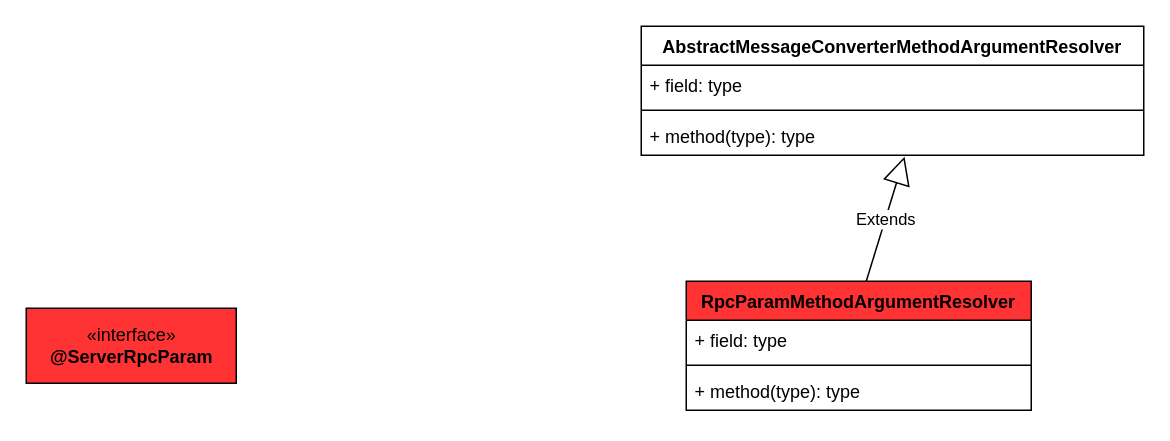
This is page "rpc-server-common" (3 of 3) of mq/rpc.drawio from tadsimons/draw, a draw.io file, before an edit. Source tidied: cells renumbered, new cells numbered last; positions are measured from the earlier drawing's top-left corner, leaving out a move shared by most shapes. Both pictures are drawn from the tidied source at 150%, with x=0, y=0 at pixel (26, 26).
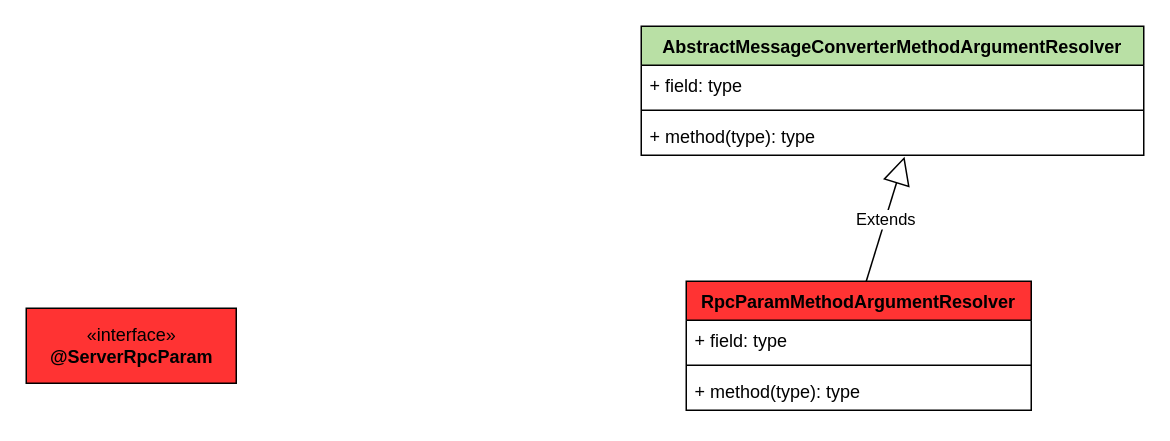
After the change.

The edit, as a diff of the source:
```diff
@@
 <mxGraphModel>
   <root>
     <mxCell id="0" />
     <mxCell id="1" parent="0" />
     <mxCell id="2" value="RpcParamMethodArgumentResolver" style="swimlane;fontStyle=1;align=center;verticalAlign=top;horizontal=1;startSize=26;fillColor=#FF3333;" parent="1" vertex="1">
       <mxGeometry x="440" y="170" width="230" height="86" as="geometry" />
     </mxCell>
     <mxCell id="3" value="Extends" style="endArrow=block;endSize=16;endFill=0;html=1;entryX=0.524;entryY=1.038;entryDx=0;entryDy=0;entryPerimeter=0;" parent="2" edge="1" target="10">
       <mxGeometry relative="1" as="geometry">
         <mxPoint x="120" as="sourcePoint" />
       </mxGeometry>
     </mxCell>
     <mxCell id="4" value="+ field: type" style="text;strokeColor=none;fillColor=none;align=left;verticalAlign=top;spacingLeft=4;spacingRight=4;overflow=hidden;" parent="2" vertex="1">
       <mxGeometry y="26" width="230" height="26" as="geometry" />
     </mxCell>
     <mxCell id="5" style="line;strokeWidth=1;fillColor=none;align=left;verticalAlign=middle;spacingTop=-1;spacingLeft=3;spacingRight=3;labelPosition=right;" parent="2" vertex="1">
       <mxGeometry y="52" width="230" height="8" as="geometry" />
     </mxCell>
     <mxCell id="6" value="+ method(type): type" style="text;strokeColor=none;fillColor=none;align=left;verticalAlign=top;spacingLeft=4;spacingRight=4;overflow=hidden;" parent="2" vertex="1">
       <mxGeometry y="60" width="230" height="26" as="geometry" />
     </mxCell>
-    <mxCell id="7" value="AbstractMessageConverterMethodArgumentResolver" style="swimlane;fontStyle=1;align=center;verticalAlign=top;horizontal=1;startSize=26;fillColor=#FFFFFF;" parent="1" vertex="1">
+    <mxCell id="7" value="AbstractMessageConverterMethodArgumentResolver" style="swimlane;fontStyle=1;align=center;verticalAlign=top;horizontal=1;startSize=26;fillColor=#B9E0A5;" parent="1" vertex="1">
       <mxGeometry x="410" width="335" height="86" as="geometry" />
     </mxCell>
     <mxCell id="8" value="+ field: type" style="text;strokeColor=none;fillColor=none;align=left;verticalAlign=top;spacingLeft=4;spacingRight=4;overflow=hidden;" parent="7" vertex="1">
       <mxGeometry y="26" width="335" height="26" as="geometry" />
     </mxCell>
     <mxCell id="9" style="line;strokeWidth=1;fillColor=none;align=left;verticalAlign=middle;spacingTop=-1;spacingLeft=3;spacingRight=3;labelPosition=right;" parent="7" vertex="1">
       <mxGeometry y="52" width="335" height="8" as="geometry" />
     </mxCell>
     <mxCell id="10" value="+ method(type): type" style="text;strokeColor=none;fillColor=none;align=left;verticalAlign=top;spacingLeft=4;spacingRight=4;overflow=hidden;points=[[0,0.5],[1,0.5]];portConstraint=eastwest;" parent="7" vertex="1">
       <mxGeometry y="60" width="335" height="26" as="geometry" />
     </mxCell>
     <mxCell id="11" value="«interface»&lt;br&gt;&lt;b&gt;@ServerRpcParam&lt;/b&gt;" style="html=1;fillColor=#FF3333;" parent="1" vertex="1">
       <mxGeometry y="188" width="140" height="50" as="geometry" />
     </mxCell>
   </root>
 </mxGraphModel>
```
